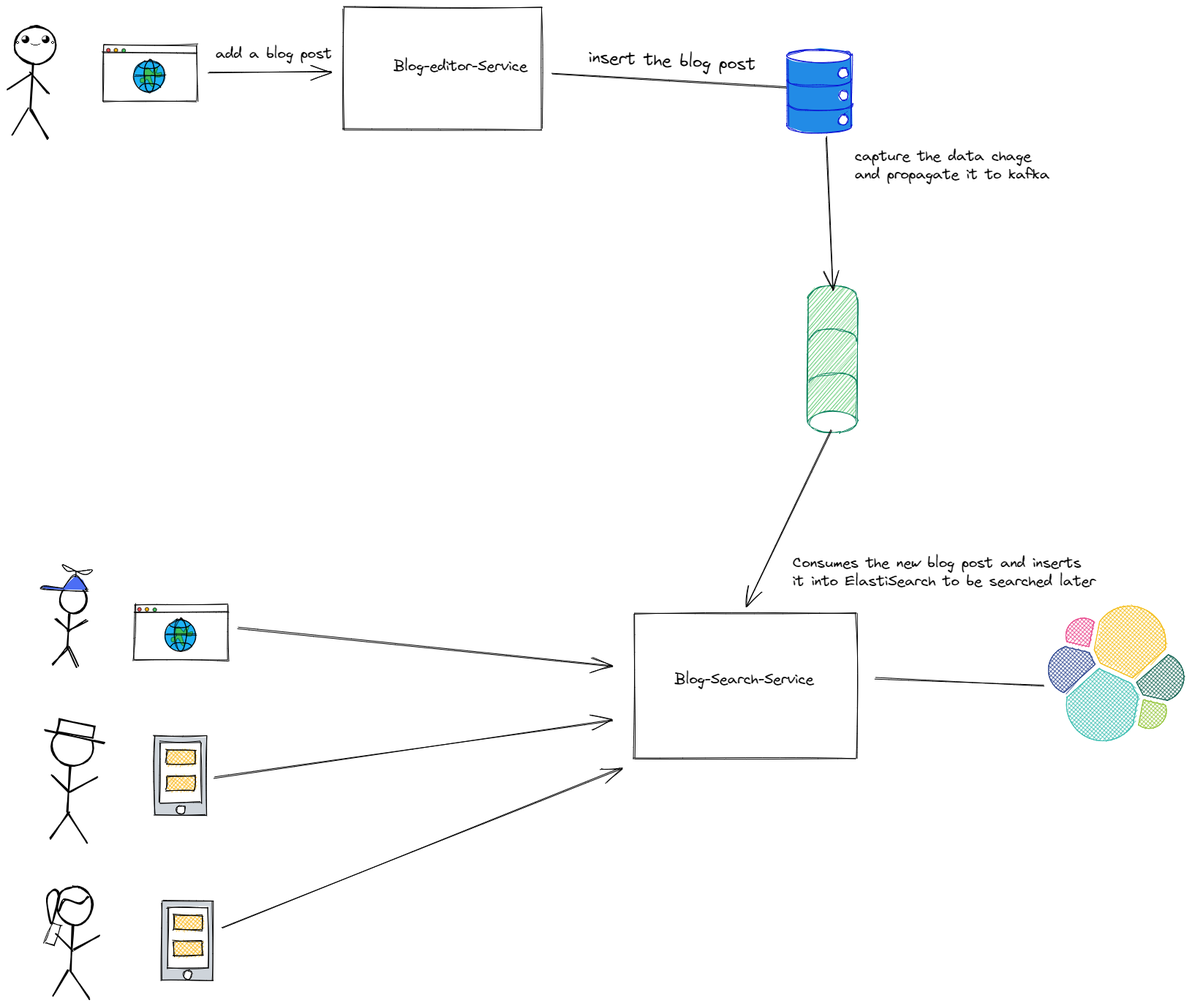
diocorrea/diocorrea.github.io keeps this Excalidraw diagram as assets/img/diagrams/cqrs/cqrs-overview.excalidraw.png. Above is the earlier version. Source tidied: one line per element, renumbered; positions are measured from the earlier drawing's top-left corner, leaving out a move shared by most shapes.
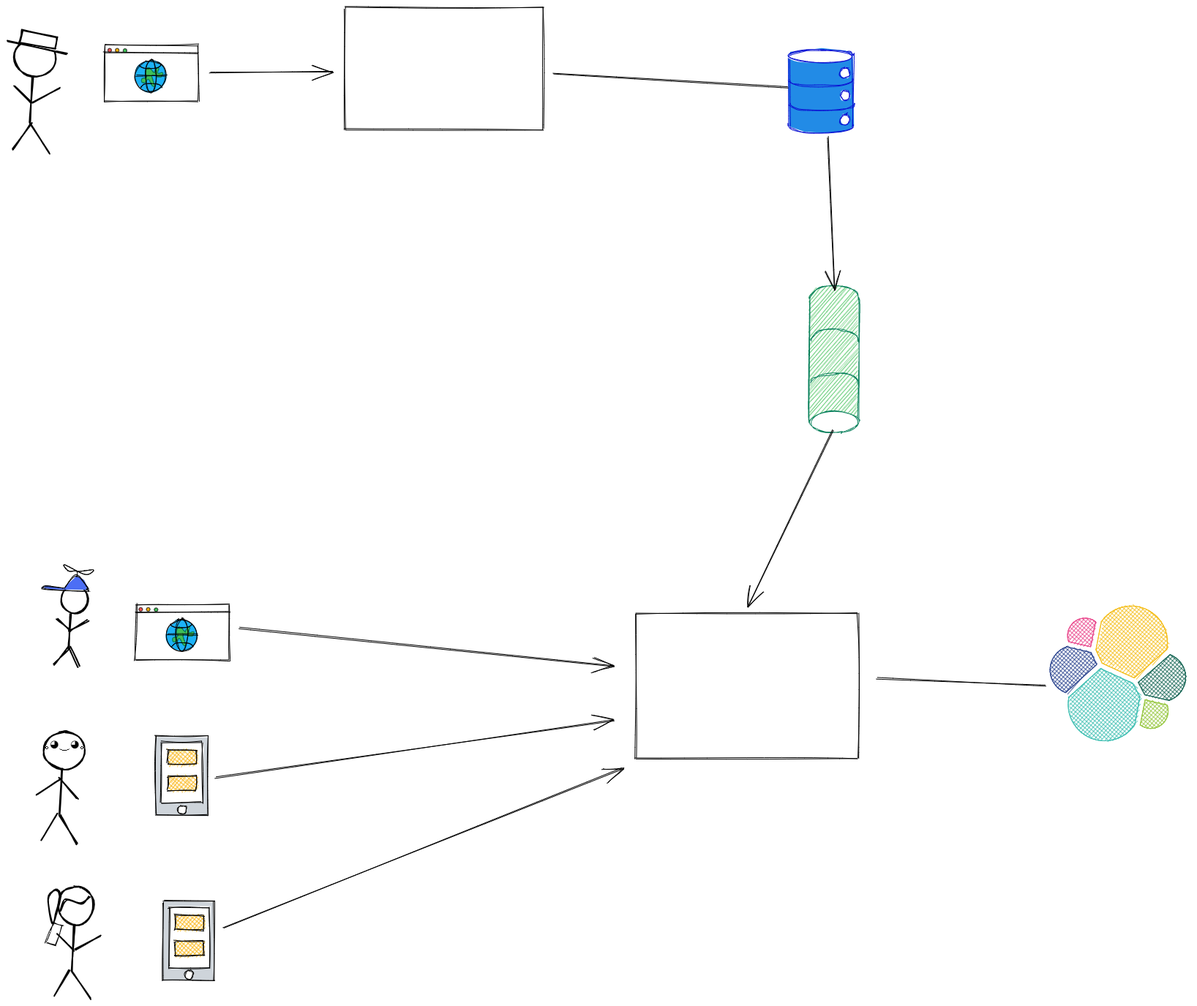
The same file after the commit.

What changed in the source:
```diff
@@ -24,14 +24,14 @@
 {"id": 23, "type": "ellipse", "strokeColor": "#000000", "backgroundColor": "#fff", "fillStyle": "solid", "strokeWidth": 1, "roughness": 1, "x": 241, "y": 1317, "width": 11, "height": 11}
 {"id": 24, "type": "rectangle", "strokeColor": "#000000", "backgroundColor": "#fab005", "fillStyle": "cross-hatch", "strokeWidth": 1, "roughness": 1, "x": 227, "y": 1241, "width": 39, "height": 20}
 {"id": 25, "type": "rectangle", "strokeColor": "#000000", "backgroundColor": "#fab005", "fillStyle": "cross-hatch", "strokeWidth": 1, "roughness": 1, "x": 227, "y": 1276, "width": 39, "height": 20}
-{"id": 26, "type": "ellipse", "strokeColor": "#000000", "strokeWidth": 2, "roughness": 1, "x": 60, "y": 984, "width": 57, "height": 53}
+{"id": 26, "type": "ellipse", "strokeColor": "#000000", "strokeWidth": 2, "roughness": 1, "x": 7, "y": 42, "width": 57, "height": 53}
-{"id": 27, "type": "line", "strokeColor": "#000000", "backgroundColor": "#ced4da", "fillStyle": "solid", "strokeWidth": 2, "roughness": 1, "x": 85, "y": 1037, "width": 3, "height": 64, "points": [[0, 0], [-3, 64]]}
+{"id": 27, "type": "line", "strokeColor": "#000000", "backgroundColor": "#ced4da", "fillStyle": "solid", "strokeWidth": 2, "roughness": 1, "x": 32, "y": 95, "width": 3, "height": 64, "points": [[0, 0], [-3, 64]]}
-{"id": 28, "type": "line", "strokeColor": "#000000", "backgroundColor": "#ced4da", "fillStyle": "solid", "strokeWidth": 2, "roughness": 1, "x": 83, "y": 1102, "width": 25, "height": 39, "points": [[0, 0], [25, 39]]}
+{"id": 28, "type": "line", "strokeColor": "#000000", "backgroundColor": "#ced4da", "fillStyle": "solid", "strokeWidth": 2, "roughness": 1, "x": 30, "y": 160, "width": 25, "height": 39, "points": [[0, 0], [25, 39]]}
-{"id": 29, "type": "line", "strokeColor": "#000000", "backgroundColor": "#ced4da", "fillStyle": "solid", "strokeWidth": 2, "roughness": 1, "x": 83, "y": 1101, "width": 25, "height": 35, "points": [[0, 0], [-25, 35]]}
+{"id": 29, "type": "line", "strokeColor": "#000000", "backgroundColor": "#ced4da", "fillStyle": "solid", "strokeWidth": 2, "roughness": 1, "x": 30, "y": 159, "width": 25, "height": 35, "points": [[0, 0], [-25, 35]]}
-{"id": 30, "type": "line", "strokeColor": "#000000", "backgroundColor": "#ced4da", "fillStyle": "solid", "strokeWidth": 2, "roughness": 1, "x": 61, "y": 1049, "width": 22, "height": 22, "points": [[0, 0], [22, 22]]}
+{"id": 30, "type": "line", "strokeColor": "#000000", "backgroundColor": "#ced4da", "fillStyle": "solid", "strokeWidth": 2, "roughness": 1, "x": 8, "y": 107, "width": 22, "height": 22, "points": [[0, 0], [22, 22]]}
-{"id": 31, "type": "line", "strokeColor": "#000000", "backgroundColor": "#ced4da", "fillStyle": "solid", "strokeWidth": 2, "roughness": 1, "x": 84, "y": 1072, "width": 38, "height": 19, "points": [[0, 0], [38, -19]]}
+{"id": 31, "type": "line", "strokeColor": "#000000", "backgroundColor": "#ced4da", "fillStyle": "solid", "strokeWidth": 2, "roughness": 1, "x": 31, "y": 130, "width": 38, "height": 19, "points": [[0, 0], [38, -19]]}
-{"id": 32, "type": "line", "strokeColor": "#000000", "strokeWidth": 2, "roughness": 1, "x": 50, "y": 989, "width": 82, "height": 17, "points": [[0, 0], [82, 17]]}
+{"id": 32, "type": "line", "strokeColor": "#000000", "strokeWidth": 2, "roughness": 1, "x": -3, "y": 47, "width": 82, "height": 17, "points": [[0, 0], [82, 17]]}
-{"id": 33, "type": "rectangle", "strokeColor": "#000000", "angle": 0.19, "backgroundColor": "#fff", "fillStyle": "solid", "strokeWidth": 2, "roughness": 1, "x": 69, "y": 978, "width": 49, "height": 17}
+{"id": 33, "type": "rectangle", "strokeColor": "#000000", "angle": 0.19, "backgroundColor": "#fff", "fillStyle": "solid", "strokeWidth": 2, "roughness": 1, "x": 16, "y": 36, "width": 49, "height": 17}
 {"id": 34, "type": "ellipse", "strokeColor": "#000000", "strokeWidth": 2, "roughness": 1, "x": 67, "y": 1202, "width": 48, "height": 53}
 {"id": 35, "type": "line", "strokeColor": "#000000", "backgroundColor": "#ced4da", "fillStyle": "solid", "strokeWidth": 2, "roughness": 1, "x": 89, "y": 1254, "width": 3, "height": 62, "points": [[0, 0], [-3, 62]]}
 {"id": 36, "type": "line", "strokeColor": "#000000", "backgroundColor": "#ced4da", "fillStyle": "solid", "strokeWidth": 2, "roughness": 1, "x": 86, "y": 1318, "width": 24, "height": 38, "points": [[0, 0], [24, 38]]}
@@ -60,13 +60,13 @@
 {"id": 59, "type": "line", "strokeColor": "#000000", "backgroundColor": "#99bcff", "fillStyle": "solid", "strokeWidth": 1, "roughness": 0, "opacity": 90, "x": 178, "y": 78, "width": 29, "height": 6, "points": [[0, 0], [1, 2], [4, 4], [9, 5], [15, 5], [24, 5], [28, 2], [29, 0]]}
 {"id": 60, "type": "ellipse", "strokeColor": "#000000", "strokeWidth": 1, "roughness": 1, "opacity": 90, "x": 186, "y": 71, "width": 16, "height": 45}
 {"id": 61, "type": "line", "strokeColor": "#000000", "backgroundColor": "#99bcff", "fillStyle": "solid", "strokeWidth": 1, "roughness": 0, "opacity": 90, "x": 180, "y": 110, "width": 29, "height": 6, "points": [[0, 0], [4, -4], [9, -6], [15, -6], [24, -5], [28, -2], [29, 0]]}
-{"id": 62, "type": "ellipse", "strokeColor": "#000000", "strokeWidth": 2, "roughness": 1, "x": 9, "y": 26, "width": 56, "height": 51}
+{"id": 62, "type": "ellipse", "strokeColor": "#000000", "strokeWidth": 2, "roughness": 1, "x": 47, "y": 990, "width": 56, "height": 51}
-{"id": 63, "type": "line", "strokeColor": "#000000", "backgroundColor": "#ced4da", "fillStyle": "solid", "strokeWidth": 2, "roughness": 1, "x": 34, "y": 77, "width": 3, "height": 62, "points": [[0, 0], [-3, 62]]}
+{"id": 63, "type": "line", "strokeColor": "#000000", "backgroundColor": "#ced4da", "fillStyle": "solid", "strokeWidth": 2, "roughness": 1, "x": 72, "y": 1041, "width": 3, "height": 62, "points": [[0, 0], [-3, 62]]}
-{"id": 64, "type": "line", "strokeColor": "#000000", "backgroundColor": "#ced4da", "fillStyle": "solid", "strokeWidth": 2, "roughness": 1, "x": 31, "y": 141, "width": 25, "height": 38, "points": [[0, 0], [25, 38]]}
+{"id": 64, "type": "line", "strokeColor": "#000000", "backgroundColor": "#ced4da", "fillStyle": "solid", "strokeWidth": 2, "roughness": 1, "x": 69, "y": 1105, "width": 25, "height": 38, "points": [[0, 0], [25, 38]]}
-{"id": 65, "type": "line", "strokeColor": "#000000", "backgroundColor": "#ced4da", "fillStyle": "solid", "strokeWidth": 2, "roughness": 1, "x": 28, "y": 138, "width": 21, "height": 35, "points": [[0, 0], [-21, 35]]}
+{"id": 65, "type": "line", "strokeColor": "#000000", "backgroundColor": "#ced4da", "fillStyle": "solid", "strokeWidth": 2, "roughness": 1, "x": 66, "y": 1102, "width": 21, "height": 35, "points": [[0, 0], [-21, 35]]}
-{"id": 66, "type": "line", "strokeColor": "#000000", "backgroundColor": "#ced4da", "fillStyle": "solid", "strokeWidth": 2, "roughness": 1, "x": 0, "y": 112, "width": 32, "height": 21, "points": [[0, 0], [32, -21]]}
+{"id": 66, "type": "line", "strokeColor": "#000000", "backgroundColor": "#ced4da", "fillStyle": "solid", "strokeWidth": 2, "roughness": 1, "x": 38, "y": 1076, "width": 32, "height": 21, "points": [[0, 0], [32, -21]]}
-{"id": 67, "type": "line", "strokeColor": "#000000", "backgroundColor": "#ced4da", "fillStyle": "solid", "strokeWidth": 2, "roughness": 1, "x": 32, "y": 90, "width": 23, "height": 28, "points": [[0, 0], [23, 28]]}
+{"id": 67, "type": "line", "strokeColor": "#000000", "backgroundColor": "#ced4da", "fillStyle": "solid", "strokeWidth": 2, "roughness": 1, "x": 70, "y": 1054, "width": 23, "height": 28, "points": [[0, 0], [23, 28]]}
-{"id": 68, "type": "text", "text": "｡◕‿◕｡", "strokeColor": "#000000", "strokeWidth": 1, "roughness": 1, "fontSize": 15.28, "fontFamily": 1, "x": 11, "y": 33, "width": 57, "height": 22}
+{"id": 68, "type": "text", "text": "｡◕‿◕｡", "strokeColor": "#000000", "strokeWidth": 1, "roughness": 1, "fontSize": 15.28, "fontFamily": 1, "x": 49, "y": 997, "width": 57, "height": 22}
 {"id": 69, "type": "rectangle", "strokeColor": "#000000", "strokeWidth": 1, "roughness": 1, "x": 856, "y": 828, "width": 304, "height": 199}
 {"id": 70, "type": "line", "strokeColor": "#0a11d3", "backgroundColor": "#228be6", "fillStyle": "solid", "strokeWidth": 1, "roughness": 1, "x": 1066, "y": 66, "width": 88, "height": 114, "points": [[0, 0], [0, 86], [0, 96], [5, 100], [20, 104], [47, 105], [72, 103], [86, 99], [88, 95], [88, 87], [88, 7], [87, 0], [82, -5], [70, -7], [43, -9], [21, -8], [4, -4], [0, 0], [0, 0]]}
 {"id": 71, "type": "line", "strokeColor": "#0a11d3", "strokeWidth": 1, "roughness": 1, "x": 1067, "y": 131, "width": 88, "height": 10, "points": [[0, 0], [2, 4], [12, 7], [26, 9], [47, 9], [71, 8], [85, 3], [88, 0]]}
@@ -83,8 +83,6 @@
 {"id": 82, "type": "arrow", "strokeColor": "#000000", "strokeWidth": 1, "roughness": 1, "endArrowhead": "arrow", "from": 5, "to": 69, "x": 283, "y": 1053, "width": 545, "height": 78, "points": [[0, 0], [545, -78]]}
 {"id": 83, "type": "arrow", "strokeColor": "#000000", "strokeWidth": 1, "roughness": 1, "endArrowhead": "arrow", "from": 21, "to": 69, "x": 293, "y": 1257, "width": 545, "height": 217, "points": [[0, 0], [545, -217]]}
 {"id": 84, "type": "arrow", "strokeColor": "#000000", "strokeWidth": 1, "roughness": 1, "from": 69, "x": 1186, "y": 917, "width": 230, "height": 10, "points": [[0, 0], [230, 10]]}
-{"id": 85, "type": "text", "text": "Blog-editor-Service", "strokeColor": "#000000", "strokeWidth": 1, "roughness": 1, "fontSize": 20, "fontFamily": 1, "x": 528, "y": 68, "width": 185, "height": 25}
-{"id": 86, "type": "text", "text": "Blog-Search-Service", "strokeColor": "#000000", "strokeWidth": 1, "roughness": 1, "fontSize": 20, "fontFamily": 1, "x": 912, "y": 906, "width": 192, "height": 25}
 {"id": 87, "type": "freedraw", "strokeColor": "#ffffff", "backgroundColor": "#ffffff", "fillStyle": "cross-hatch", "strokeWidth": 1, "roughness": 0, "x": 1506, "y": 999, "width": 1, "height": 1, "points": [[0, 0], [1, 1], [0, 0], [0, 0]]}
 {"id": 88, "type": "line", "strokeColor": "#00000000", "backgroundColor": "#FFF", "fillStyle": "cross-hatch", "strokeWidth": 1, "roughness": 0, "x": 1614, "y": 915, "width": 197, "height": 196, "points": [[0, 0], [0, 0], [0, -3], [0, -6], [-1, -9], [-2, -12], [-3, -15], [-4, -17], [-5, -20], [-7, -22], [-9, -25], [-11, -27], [-13, -29], [-15, -31], [-18, -32], [-20, -34], [-23, -35], [-26, -36], [-25, -42], [-25, -47], [-25, -53], [-26, -58], [-27, -64], [-29, -69], [-31, -74], [-34, -78], [-37, -82], [-41, -86], [-45, -90], [-49, -93], [-54, -96], [-59, -98], [-64, -100], [-69, -102], [-75, -102], [-80, -103], [-84, -103], [-87, -102], [-90, -102], [-93, -101], [-96, -100], [-100, -99], [-103, -98], [-105, -97], [-108, -95], [-111, -93], [-114, -91], [-116, -89], [-119, -87], [-121, -85], [-123, -82], [-125, -80], [-127, -81], [-129, -82], [-131, -83], [-134, -84], [-136, -85], [-138, -85], [-141, -86], [-143, -86], [-146, -86], [-149, -85], [-152, -84], [-155, -83], [-157, -82], [-160, -81], [-162, -79], [-164, -77], [-166, -75], [-168, -73], [-169, -70], [-170, -68], [-171, -65], [-172, -62], [-173, -59], [-173, -56], [-173, -53], [-172, -51], [-172, -48], [-171, -46], [-174, -45], [-177, -43], [-179, -42], [-182, -40], [-184, -38], [-186, -36], [-188, -34], [-190, -32], [-191, -29], [-193, -27], [-194, -24], [-195, -21], [-196, -18], [-196, -15], [-197, -12], [-197, -9], [-197, -6], [-196, -3], [-196, 0], [-195, 3], [-194, 5], [-193, 8], [-191, 11], [-190, 13], [-188, 15], [-186, 18], [-184, 20], [-182, 22], [-179, 23], [-177, 25], [-174, 26], [-171, 27], [-172, 33], [-172, 38], [-172, 44], [-171, 49], [-170, 54], [-168, 59], [-165, 64], [-163, 69], [-159, 73], [-156, 77], [-152, 81], [-148, 84], [-143, 87], [-138, 89], [-133, 91], [-128, 92], [-122, 93], [-117, 93], [-113, 93], [-110, 93], [-107, 92], [-104, 92], [-100, 91], [-97, 90], [-94, 89], [-91, 87], [-89, 86], [-86, 84], [-83, 82], [-81, 80], [-78, 78], [-76, 75], [-74, 73], [-72, 70], [-70, 72], [-68, 73], [-65, 74], [-63, 75], [-61, 76], [-58, 76], [-56, 76], [-54, 77], [-51, 76], [-48, 76], [-45, 75], [-42, 74], [-39, 73], [-37, 71], [-35, 70], [-33, 68], [-31, 66], [-29, 63], [-28, 61], [-26, 58], [-25, 56], [-25, 53], [-24, 50], [-24, 47], [-24, 44], [-24, 42], [-25, 39], [-26, 37], [-23, 36], [-20, 34], [-18, 33], [-15, 31], [-13, 29], [-11, 27], [-9, 25], [-7, 22], [-6, 20], [-4, 17], [-3, 15], [-2, 12], [-1, 9], [0, 6], [0, 3], [0, 0], [0, 0]]}
 {"id": 89, "type": "line", "strokeColor": "#f4bd19", "backgroundColor": "#F4BD19", "fillStyle": "cross-hatch", "strokeWidth": 1, "roughness": 0, "x": 1494, "y": 896, "width": 98, "height": 98, "points": [[0, 0], [44, 20], [88, -19], [88, -19], [89, -24], [89, -29], [89, -34], [88, -39], [87, -43], [85, -48], [83, -52], [81, -56], [78, -60], [75, -64], [71, -67], [67, -70], [63, -72], [59, -74], [54, -76], [50, -77], [45, -78], [40, -78], [37, -78], [34, -78], [31, -77], [28, -77], [25, -76], [22, -75], [19, -74], [17, -72], [14, -71], [11, -69], [9, -68], [7, -66], [5, -64], [3, -61], [1, -59], [-1, -57], [-9, -18], [0, 0], [0, 0]]}
@@ -93,7 +91,3 @@
 {"id": 92, "type": "line", "strokeColor": "#2c458f", "backgroundColor": "#2C458F", "fillStyle": "cross-hatch", "strokeWidth": 1, "roughness": 0, "x": 1446, "y": 874, "width": 64, "height": 63, "points": [[0, 0], [0, 0], [-2, 1], [-5, 2], [-7, 3], [-9, 5], [-11, 6], [-13, 8], [-15, 10], [-16, 12], [-18, 14], [-19, 16], [-20, 19], [-21, 21], [-22, 24], [-22, 26], [-23, 29], [-23, 32], [-23, 34], [-22, 37], [-22, 39], [-21, 42], [-20, 44], [-19, 46], [-18, 48], [-17, 50], [-15, 52], [-14, 54], [-12, 56], [-10, 58], [-8, 59], [-6, 60], [-4, 62], [-1, 63], [41, 24], [33, 8], [0, 0], [0, 0]]}
 {"id": 93, "type": "line", "strokeColor": "#95c63d", "backgroundColor": "#95C63D", "fillStyle": "cross-hatch", "strokeWidth": 1, "roughness": 0, "x": 1546, "y": 981, "width": 38, "height": 39, "points": [[0, 0], [0, 0], [2, 1], [3, 2], [5, 3], [7, 4], [9, 4], [10, 5], [12, 5], [14, 5], [17, 5], [19, 5], [21, 4], [24, 3], [26, 2], [28, 1], [29, 0], [31, -2], [33, -4], [34, -5], [35, -7], [36, -10], [37, -12], [38, -14], [38, -16], [38, -19], [38, -21], [38, -23], [37, -25], [37, -27], [7, -34], [0, 0], [0, 0]]}
 {"id": 94, "type": "line", "strokeColor": "#176655", "backgroundColor": "#176655", "fillStyle": "cross-hatch", "strokeWidth": 1, "roughness": 0, "x": 1552, "y": 940, "width": 65, "height": 63, "points": [[0, 0], [33, 8], [33, 8], [36, 7], [38, 6], [40, 4], [42, 3], [44, 1], [46, -1], [48, -2], [50, -4], [51, -7], [52, -9], [53, -11], [54, -14], [55, -16], [56, -19], [56, -21], [56, -24], [56, -26], [56, -29], [55, -31], [54, -34], [54, -36], [53, -38], [51, -41], [50, -43], [49, -45], [47, -46], [45, -48], [43, -50], [41, -51], [39, -53], [37, -54], [35, -55], [-9, -17], [0, 0], [0, 0]]}
-{"id": 95, "type": "text", "text": "insert the blog post", "strokeColor": "#000000", "angle": 0.04, "strokeWidth": 1, "roughness": 1, "fontSize": 23.2, "fontFamily": 1, "x": 794, "y": 59, "width": 231, "height": 30}
-{"id": 96, "type": "text", "text": "add a blog post", "strokeColor": "#000000", "strokeWidth": 1, "roughness": 1, "fontSize": 20, "fontFamily": 1, "x": 284, "y": 51, "width": 161, "height": 25}
-{"id": 97, "type": "text", "text": "capture the data chage \nand propagate it to kafka", "strokeColor": "#000000", "strokeWidth": 1, "roughness": 1, "fontSize": 20, "fontFamily": 1, "x": 1158, "y": 191, "width": 268, "height": 50}
-{"id": 98, "type": "text", "text": "Consumes the new blog post and inserts \nit into ElastiSearch to be searched later", "strokeColor": "#000000", "strokeWidth": 1, "roughness": 1, "fontSize": 20, "fontFamily": 1, "x": 1073, "y": 747, "width": 416, "height": 50}
```
